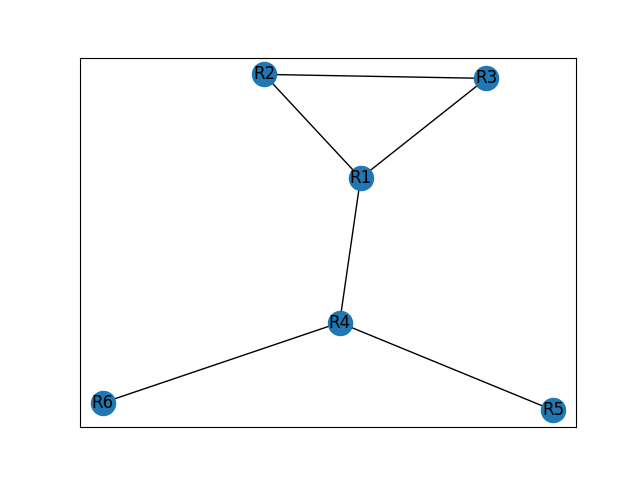
Before: exam/network.png, a diagram exported from Graphviz (JoelHernandez343/networking-administration). Its source is kept beside it as exam/network.dot. The source it was exported from:
```dot
strict graph "" {
	R1 -- R2;
	R1 -- R3;
	R1 -- R4;
	R2 -- R3;
	R4 -- R6;
	R4 -- R5;
}
```
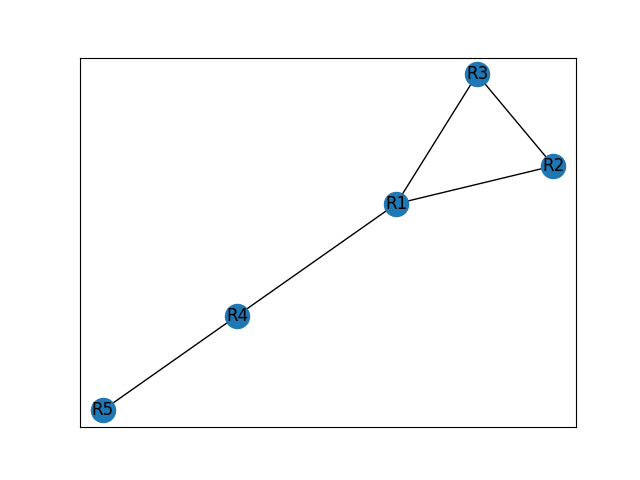
Later version of the same file.

Diff of the diagram source:
```diff
@@ -3,6 +3,5 @@
 	R1 -- R3;
 	R1 -- R4;
 	R2 -- R3;
-	R4 -- R6;
 	R4 -- R5;
 }
```
